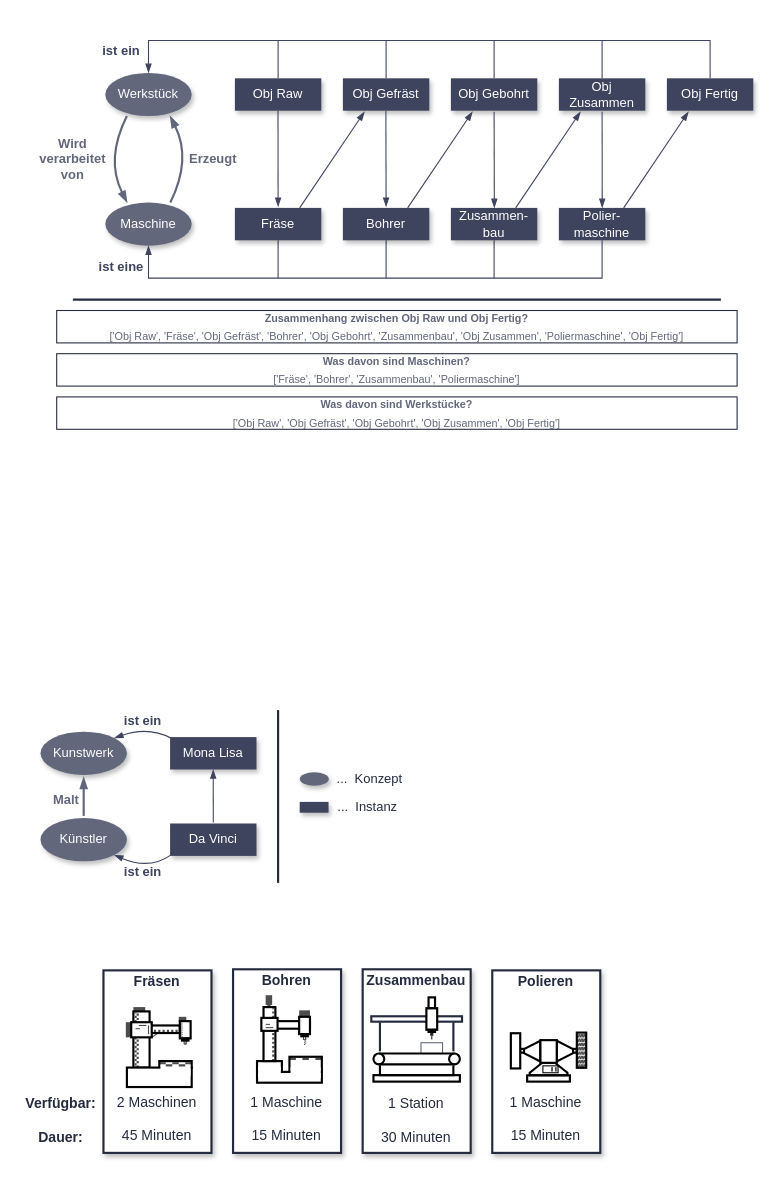
TW-Robotics/AIAV keeps this draw.io diagram as page "Figure 2" (2 of 5) of Wir_planen_die_Produktion_mit_Expertenwissen/images/logicAndOntologies.drawio. Above is the earlier version. Source tidied: cells renumbered, new cells numbered last; positions are measured from the earlier drawing's top-left corner, leaving out a move shared by most shapes. Both pictures are drawn from the tidied source at 108%, with x=0, y=0 at pixel (18, 18).
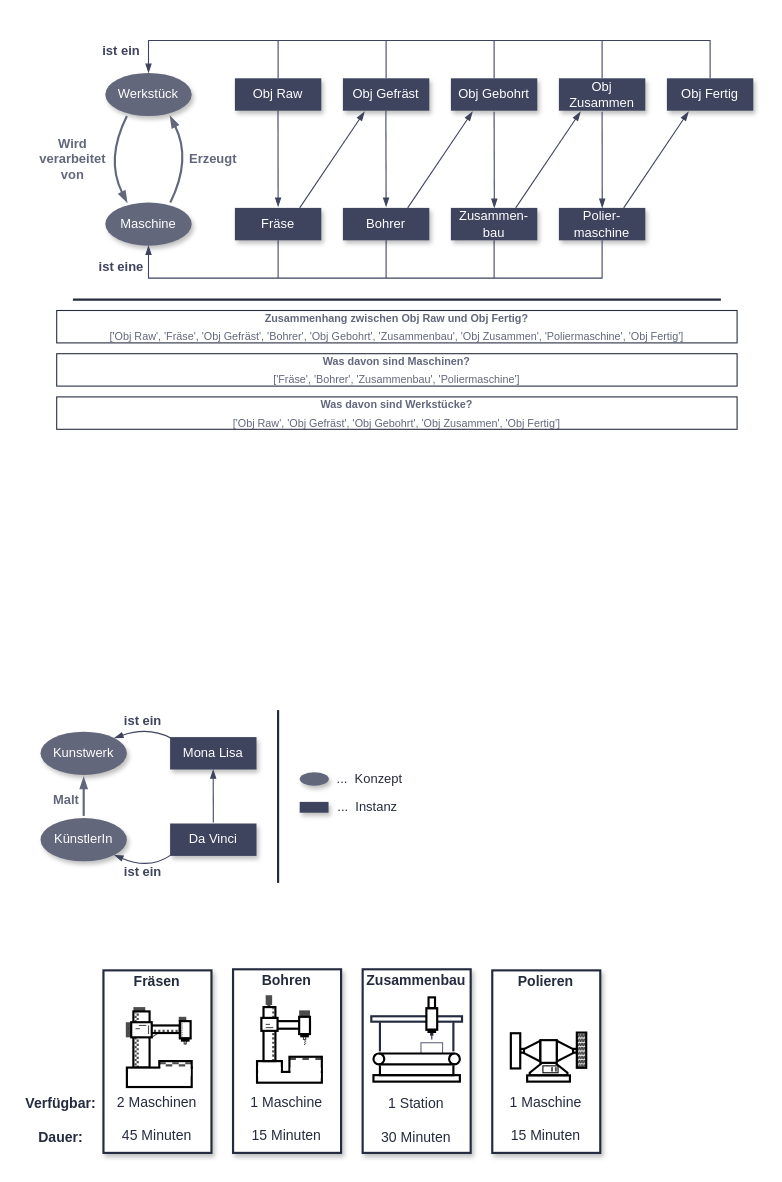
After the change.

What changed in the source:
```diff
@@
-    <mxCell id="45" value="&lt;font color=&quot;#ffffff&quot;&gt;Künstler&lt;/font&gt;" style="ellipse;whiteSpace=wrap;html=1;fillColor=#62677C;strokeColor=none;shadow=1;" parent="1" vertex="1">
+    <mxCell id="45" value="&lt;font color=&quot;#ffffff&quot;&gt;KünstlerIn&lt;/font&gt;" style="ellipse;whiteSpace=wrap;html=1;fillColor=#62677C;strokeColor=none;shadow=1;" parent="1" vertex="1">
       <mxGeometry x="20" y="740" width="80" height="40" as="geometry" />
     </mxCell>
```
